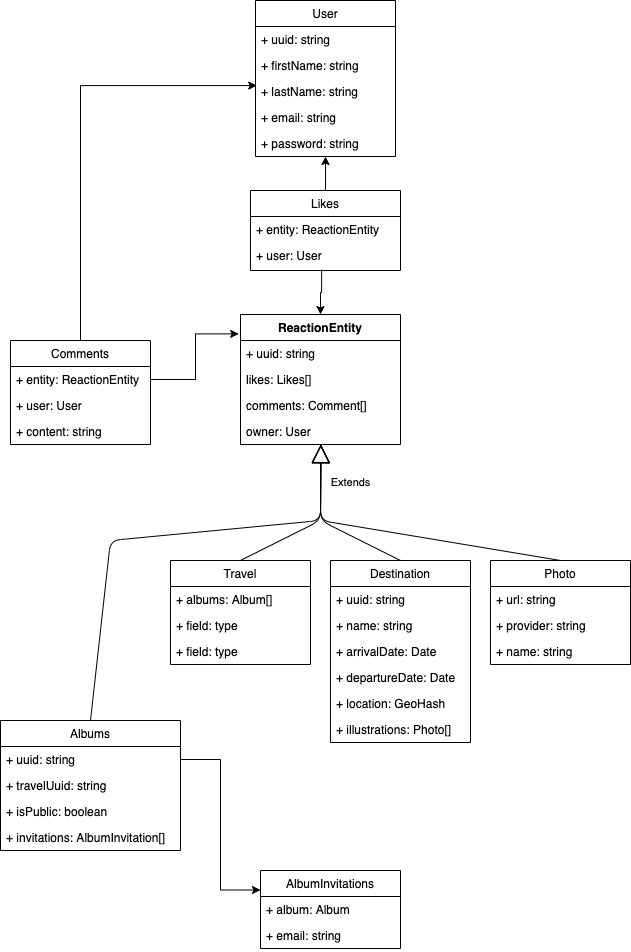
This is docs/class.png from MartinPELCAT-Ynov/ynov-picture-gallery, a draw.io export, as it was before one commit. Source tidied: cells renumbered, new cells last; positions are measured from the earlier drawing's top-left corner, leaving out a move shared by most shapes.
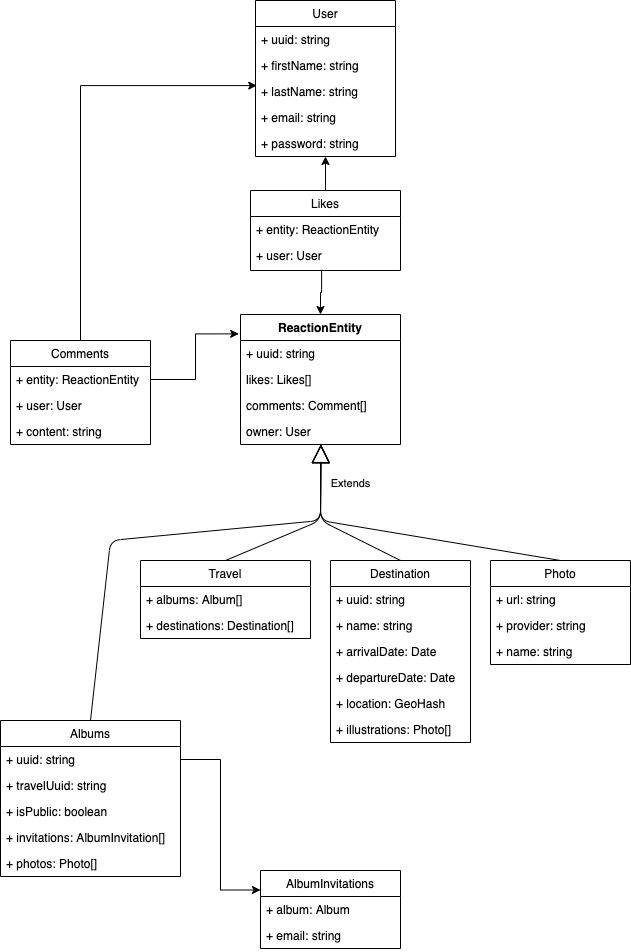
Later version of the same file.

Change to the diagram source:
```diff
@@ -18,17 +18,14 @@
       <mxGeometry y="104" width="160" height="26" as="geometry" />
     </mxCell>
     <mxCell id="7" value="Travel" style="swimlane;fontStyle=0;horizontal=1;startSize=26;fillColor=none;" parent="1" vertex="1">
-      <mxGeometry x="170" y="560" width="140" height="104" as="geometry" />
+      <mxGeometry x="140" y="560" width="170" height="78" as="geometry" />
     </mxCell>
+    <mxCell id="52" value="+ albums: Album[]" style="text;strokeColor=none;fillColor=none;align=left;verticalAlign=top;spacingLeft=4;spacingRight=4;overflow=hidden;" parent="7" vertex="1">
+      <mxGeometry y="26" width="170" height="26" as="geometry" />
+    </mxCell>
-    <mxCell id="8" value="+ albums: Album[]" style="text;strokeColor=none;fillColor=none;align=left;verticalAlign=top;spacingLeft=4;spacingRight=4;overflow=hidden;" parent="7" vertex="1">
-      <mxGeometry y="26" width="140" height="26" as="geometry" />
+    <mxCell id="8" value="+ destinations: Destination[]" style="text;strokeColor=none;fillColor=none;align=left;verticalAlign=top;spacingLeft=4;spacingRight=4;overflow=hidden;" parent="7" vertex="1">
+      <mxGeometry y="52" width="170" height="26" as="geometry" />
     </mxCell>
-    <mxCell id="9" value="+ field: type" style="text;strokeColor=none;fillColor=none;align=left;verticalAlign=top;spacingLeft=4;spacingRight=4;overflow=hidden;" parent="7" vertex="1">
-      <mxGeometry y="52" width="140" height="26" as="geometry" />
-    </mxCell>
-    <mxCell id="10" value="+ field: type" style="text;strokeColor=none;fillColor=none;align=left;verticalAlign=top;spacingLeft=4;spacingRight=4;overflow=hidden;" parent="7" vertex="1">
-      <mxGeometry y="78" width="140" height="26" as="geometry" />
-    </mxCell>
     <mxCell id="11" value="Destination" style="swimlane;fontStyle=0;horizontal=1;startSize=26;fillColor=none;" parent="1" vertex="1">
       <mxGeometry x="330" y="560" width="140" height="182" as="geometry" />
     </mxCell>
@@ -117,7 +114,7 @@
       <mxGeometry y="52" width="150" height="28" as="geometry" />
     </mxCell>
     <mxCell id="36" value="Albums" style="swimlane;fontStyle=0;horizontal=1;startSize=26;fillColor=none;" parent="1" vertex="1">
-      <mxGeometry y="720" width="180" height="130" as="geometry" />
+      <mxGeometry y="720" width="180" height="156" as="geometry" />
     </mxCell>
     <mxCell id="37" value="+ uuid: string" style="text;strokeColor=none;fillColor=none;align=left;verticalAlign=top;spacingLeft=4;spacingRight=4;overflow=hidden;points=[[0,0.5],[1,0.5]];portConstraint=eastwest;" parent="36" vertex="1">
       <mxGeometry y="26" width="180" height="26" as="geometry" />
@@ -128,8 +125,11 @@
     <mxCell id="39" value="+ isPublic: boolean" style="text;strokeColor=none;fillColor=none;align=left;verticalAlign=top;spacingLeft=4;spacingRight=4;overflow=hidden;" parent="36" vertex="1">
       <mxGeometry y="78" width="180" height="26" as="geometry" />
     </mxCell>
+    <mxCell id="53" value="+ invitations: AlbumInvitation[]" style="text;strokeColor=none;fillColor=none;align=left;verticalAlign=top;spacingLeft=4;spacingRight=4;overflow=hidden;" parent="36" vertex="1">
+      <mxGeometry y="104" width="180" height="26" as="geometry" />
+    </mxCell>
-    <mxCell id="40" value="+ invitations: AlbumInvitation[]" style="text;strokeColor=none;fillColor=none;align=left;verticalAlign=top;spacingLeft=4;spacingRight=4;overflow=hidden;" parent="36" vertex="1">
-      <mxGeometry y="104" width="180" height="26" as="geometry" />
+    <mxCell id="40" value="+ photos: Photo[]" style="text;strokeColor=none;fillColor=none;align=left;verticalAlign=top;spacingLeft=4;spacingRight=4;overflow=hidden;" parent="36" vertex="1">
+      <mxGeometry y="130" width="180" height="26" as="geometry" />
     </mxCell>
     <mxCell id="41" style="endArrow=block;endSize=16;endFill=0;html=1;exitX=0.5;exitY=0;exitDx=0;exitDy=0;entryX=0.502;entryY=1.02;entryDx=0;entryDy=0;entryPerimeter=0;" parent="1" edge="1" source="36" target="6">
       <mxGeometry y="16" relative="1" as="geometry">
```
